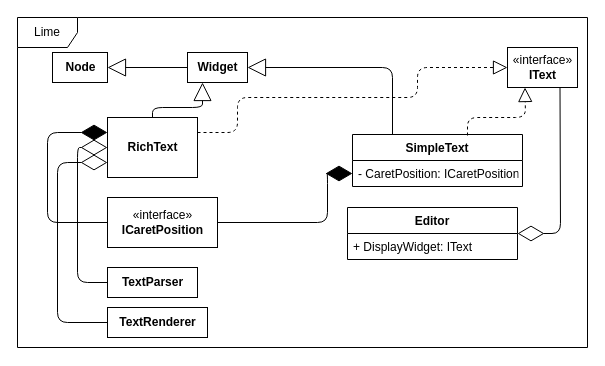
The draw.io diagram diagrams/CitrusTextSystem.drawio in kutselabskii/diploma, before the edit. Source tidied: cells renumbered, new cells numbered last; positions are measured from the earlier drawing's top-left corner, leaving out a move shared by most shapes. Both pictures are drawn from the tidied source at 100%, with x=0, y=0 at pixel (17, 17).
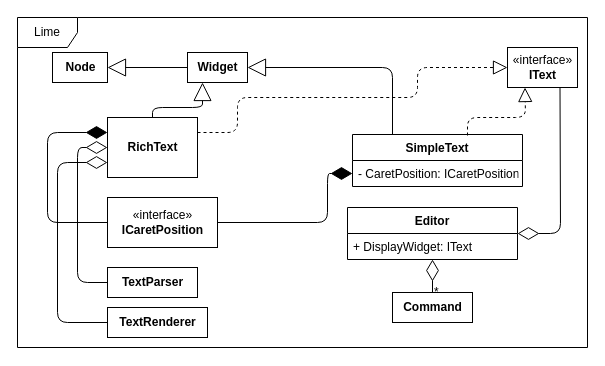
The same diagram, later.

The change refers to these unchanged cells:
```xml
<mxCell id="3" value="«interface»&lt;br&gt;&lt;b&gt;IText&lt;/b&gt;" style="html=1;" parent="1" vertex="1">
  <mxGeometry x="490" y="30" width="70" height="40" as="geometry" />
</mxCell>
<mxCell id="9" value="«interface»&lt;br&gt;&lt;div&gt;&lt;b&gt;ICaretPosition&lt;/b&gt;&lt;/div&gt;" style="html=1;" parent="1" vertex="1">
  <mxGeometry x="90" y="180" width="110" height="50" as="geometry" />
</mxCell>
<mxCell id="18" value="- CaretPosition: ICaretPosition" style="text;strokeColor=none;fillColor=none;align=left;verticalAlign=top;spacingLeft=4;spacingRight=4;overflow=hidden;points=[[0,0.5],[1,0.5]];portConstraint=eastwest;" parent="17" vertex="1">
  <mxGeometry y="26" width="170" height="26" as="geometry" />
</mxCell>
<mxCell id="19" value="Editor" style="swimlane;fontStyle=1;horizontal=1;startSize=26;fillColor=none;" parent="1" vertex="1">
  <mxGeometry x="330" y="190" width="170" height="52" as="geometry" />
</mxCell>
<mxCell id="21" value="&lt;b&gt;TextParser&lt;/b&gt;" style="html=1;" parent="1" vertex="1">
  <mxGeometry x="90" y="250" width="90" height="30" as="geometry" />
</mxCell>
<mxCell id="22" value="&lt;b&gt;TextRenderer&lt;/b&gt;" style="html=1;" parent="1" vertex="1">
  <mxGeometry x="90" y="290" width="100" height="30" as="geometry" />
</mxCell>
<mxCell id="23" value="&lt;b&gt;RichText&lt;/b&gt;" style="html=1;" parent="1" vertex="1">
  <mxGeometry x="90" y="100" width="90" height="60" as="geometry" />
</mxCell>
```

The edit, as a diff of the source:
```diff
@@
-    <mxCell id="10" style="endArrow=diamondThin;endFill=1;endSize=24;html=1;entryX=0;entryY=0.25;entryDx=0;entryDy=0;exitX=0;exitY=0.5;exitDx=0;exitDy=0;" parent="1" edge="1" source="9" target="23">
+    <mxCell id="10" style="endArrow=diamondThin;endFill=1;endSize=19;html=1;entryX=0;entryY=0.25;entryDx=0;entryDy=0;exitX=0;exitY=0.5;exitDx=0;exitDy=0;" parent="1" edge="1" source="9" target="23">
       <mxGeometry relative="1" as="geometry">
         <Array as="points">
           <mxPoint x="30" y="205" />
           <mxPoint x="30" y="115" />
         </Array>
       </mxGeometry>
     </mxCell>
-    <mxCell id="11" style="endArrow=diamondThin;endFill=1;endSize=24;html=1;entryX=0;entryY=0.5;entryDx=0;entryDy=0;exitX=1;exitY=0.5;exitDx=0;exitDy=0;" parent="1" edge="1" source="9" target="18">
+    <mxCell id="11" style="endArrow=diamondThin;endFill=1;endSize=19;html=1;entryX=0;entryY=0.5;entryDx=0;entryDy=0;exitX=1;exitY=0.5;exitDx=0;exitDy=0;" parent="1" edge="1" source="9" target="18">
       <mxGeometry relative="1" as="geometry">
         <Array as="points">
           <mxPoint x="310" y="205" />
           <mxPoint x="310" y="156" />
         </Array>
       </mxGeometry>
     </mxCell>
-    <mxCell id="12" style="endArrow=diamondThin;endFill=0;endSize=24;html=1;exitX=0;exitY=0.5;exitDx=0;exitDy=0;entryX=0;entryY=0.5;entryDx=0;entryDy=0;" parent="1" edge="1" source="21" target="23">
+    <mxCell id="12" style="endArrow=diamondThin;endFill=0;endSize=19;html=1;exitX=0;exitY=0.5;exitDx=0;exitDy=0;entryX=0;entryY=0.5;entryDx=0;entryDy=0;" parent="1" edge="1" source="21" target="23">
       <mxGeometry relative="1" as="geometry">
         <Array as="points">
           <mxPoint x="60" y="265" />
           <mxPoint x="60" y="130" />
         </Array>
       </mxGeometry>
     </mxCell>
-    <mxCell id="13" style="endArrow=diamondThin;endFill=0;endSize=24;html=1;entryX=0;entryY=0.75;entryDx=0;entryDy=0;exitX=0;exitY=0.5;exitDx=0;exitDy=0;" parent="1" edge="1" source="22" target="23">
+    <mxCell id="13" style="endArrow=diamondThin;endFill=0;endSize=19;html=1;entryX=0;entryY=0.75;entryDx=0;entryDy=0;exitX=0;exitY=0.5;exitDx=0;exitDy=0;" parent="1" edge="1" source="22" target="23">
       <mxGeometry relative="1" as="geometry">
         <Array as="points">
           <mxPoint x="40" y="305" />
           <mxPoint x="40" y="145" />
         </Array>
       </mxGeometry>
     </mxCell>
-    <mxCell id="14" style="endArrow=diamondThin;endFill=0;endSize=24;html=1;exitX=0.75;exitY=1;exitDx=0;exitDy=0;entryX=1;entryY=0.5;entryDx=0;entryDy=0;" parent="1" edge="1" source="3" target="19">
+    <mxCell id="14" style="endArrow=diamondThin;endFill=0;endSize=19;html=1;exitX=0.75;exitY=1;exitDx=0;exitDy=0;entryX=1;entryY=0.5;entryDx=0;entryDy=0;" parent="1" edge="1" source="3" target="19">
       <mxGeometry relative="1" as="geometry">
         <Array as="points">
           <mxPoint x="543" y="216" />
         </Array>
       </mxGeometry>
     </mxCell>
@@
+    <mxCell id="24" value="&lt;b&gt;Command&lt;/b&gt;" style="html=1;" parent="1" vertex="1">
+      <mxGeometry x="375" y="275" width="80" height="30" as="geometry" />
+    </mxCell>
+    <mxCell id="25" style="endArrow=diamondThin;endFill=0;endSize=19;html=1;entryX=0.5;entryY=1;entryDx=0;entryDy=0;exitX=0.5;exitY=0;exitDx=0;exitDy=0;" parent="1" edge="1" source="24" target="19">
+      <mxGeometry relative="1" as="geometry" />
+    </mxCell>
+    <mxCell id="26" value="*" style="text;html=1;align=left;verticalAlign=top;spacingTop=-4;" parent="1" vertex="1">
+      <mxGeometry x="415" y="265" width="20" height="20" as="geometry" />
+    </mxCell>
```
